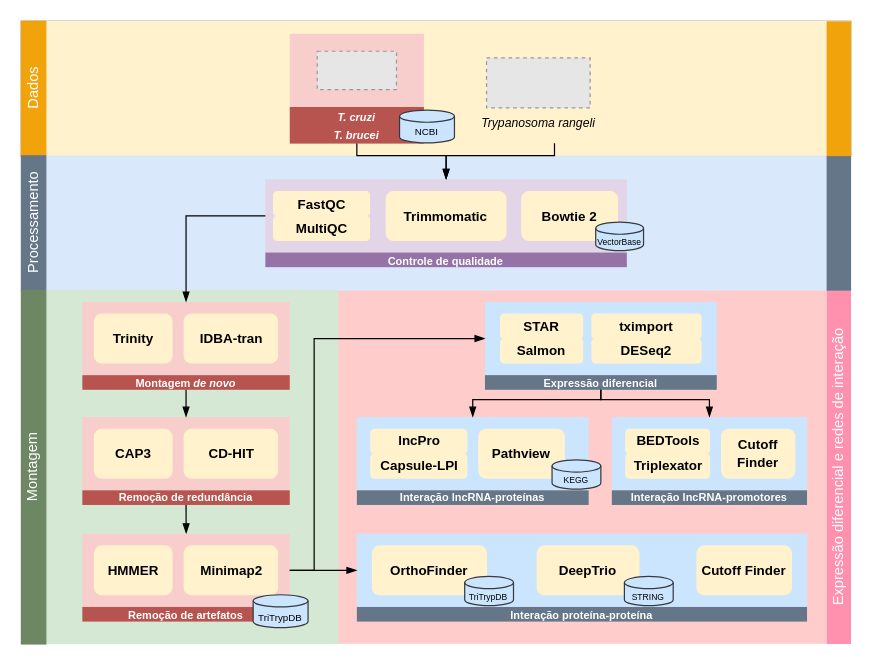
Above: ufsc/ppgbtc-doutorado/workflow_rnaseq_trangeli.drawio in ekazuo/draw-io (draw.io), before the change. Source tidied: cells renumbered, new cells numbered last; positions are measured from the earlier drawing's top-left corner, leaving out a move shared by most shapes. Both pictures are drawn from the tidied source at 122%, with x=0, y=0 at pixel (-144, 21). Pictures stored in the file or linked from it are replaced by grey dashed boxes.
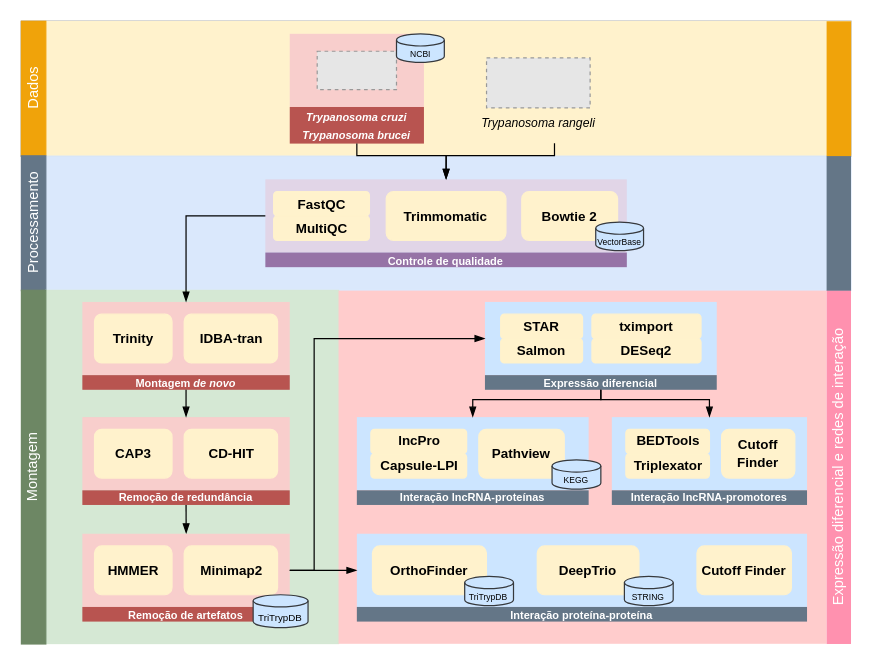
After the change.

Commit message:
trypanosoma por extenso

Unchanged cells that the change refers to:
```xml
<mxCell id="33" style="group;" parent="1" vertex="1">
  <mxGeometry x="355" y="10.2" width="135" height="90" as="geometry" />
</mxCell>
```

The edit, as a diff of the source:
```diff
@@
-    <mxCell id="35" value="&lt;div&gt;&lt;font style=&quot;font-size: 9px;&quot; color=&quot;#ffffff&quot;&gt;&lt;i&gt;T. cruzi&lt;/i&gt;&lt;br&gt;&lt;/font&gt;&lt;/div&gt;&lt;div&gt;&lt;font style=&quot;font-size: 9px;&quot; color=&quot;#ffffff&quot;&gt;&lt;i&gt;T. brucei&lt;/i&gt;&lt;/font&gt;&lt;/div&gt;" style="rounded=0;whiteSpace=wrap;html=1;arcSize=5;fontStyle=1;fillColor=#B85450;strokeColor=none;" parent="33" vertex="1">
+    <mxCell id="35" value="&lt;div&gt;&lt;font style=&quot;font-size: 9px;&quot; color=&quot;#ffffff&quot;&gt;&lt;i&gt;Trypanosoma cruzi&lt;/i&gt;&lt;br&gt;&lt;/font&gt;&lt;/div&gt;&lt;div&gt;&lt;font style=&quot;font-size: 9px;&quot; color=&quot;#ffffff&quot;&gt;&lt;i&gt;Trypanosoma brucei&lt;/i&gt;&lt;/font&gt;&lt;/div&gt;" style="rounded=0;whiteSpace=wrap;html=1;arcSize=5;fontStyle=1;fillColor=#B85450;strokeColor=none;" parent="33" vertex="1">
       <mxGeometry y="60" width="110" height="30" as="geometry" />
     </mxCell>
@@
-    <mxCell id="37" value="&lt;font style=&quot;font-size: 8px;&quot;&gt;NCBI&lt;/font&gt;" style="shape=cylinder3;whiteSpace=wrap;html=1;boundedLbl=1;backgroundOutline=1;size=5;fontSize=10;fillColor=#cce5ff;strokeColor=#36393d;" parent="33" vertex="1">
-      <mxGeometry x="90" y="62.5" width="45" height="27" as="geometry" />
+    <mxCell id="37" value="&lt;font style=&quot;font-size: 7px;&quot;&gt;NCBI&lt;/font&gt;" style="shape=cylinder3;whiteSpace=wrap;html=1;boundedLbl=1;backgroundOutline=1;size=5;fontSize=10;fillColor=#cce5ff;strokeColor=#36393d;" parent="33" vertex="1">
+      <mxGeometry x="87.5" width="39.2" height="23.5" as="geometry" />
     </mxCell>
```
